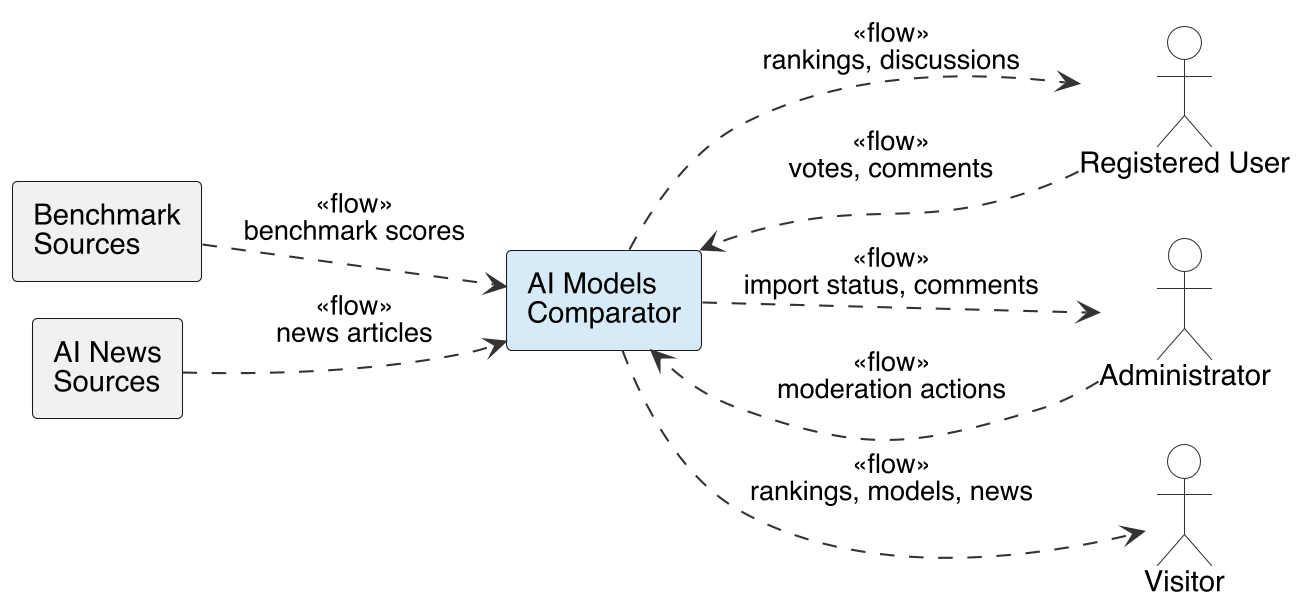
valgempp/Software-Engineering-Project keeps this PlantUML diagram as docs/BRD/figures/information-flow.png. Above is the earlier version. Its source is kept beside it as docs/BRD/figures/information-flow.puml.
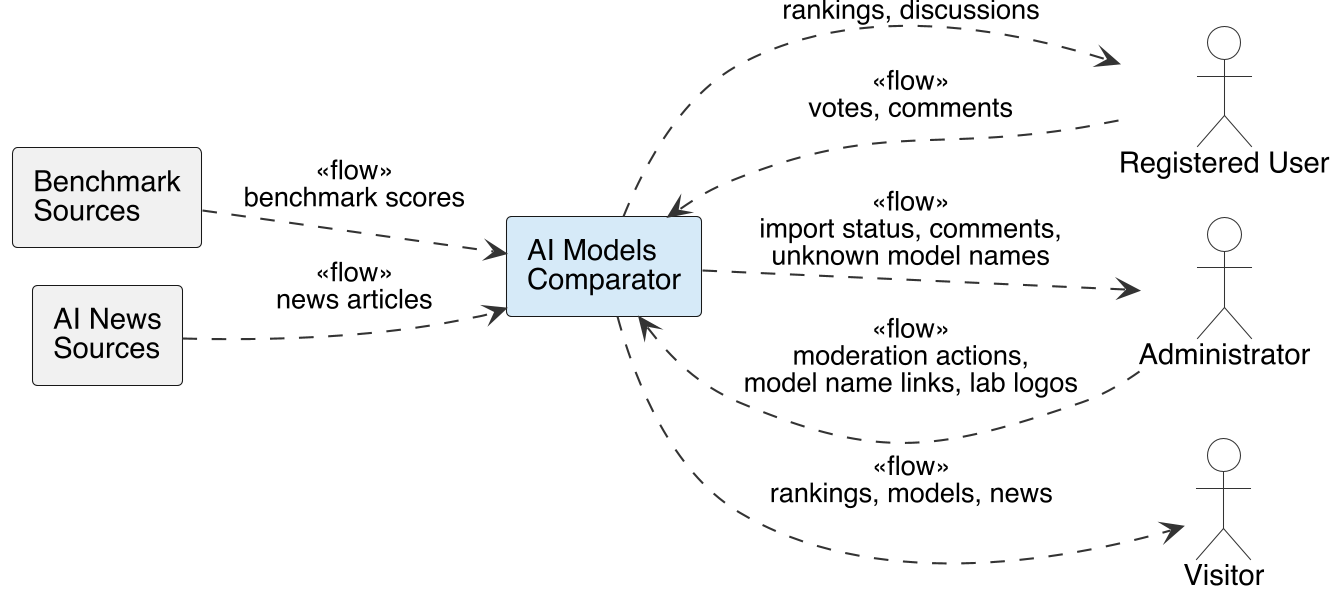
Above is the later version.

The edit, as a diff of the source:
```diff
@@ -13,6 +13,6 @@
 App ..> Visitor : <<flow>>\nrankings, models, news
 User ..> App : <<flow>>\nvotes, comments
 App ..> User : <<flow>>\nrankings, discussions
-Admin ..> App : <<flow>>\nmoderation actions
-App ..> Admin : <<flow>>\nimport status, comments
+Admin ..> App : <<flow>>\nmoderation actions,\nmodel name links, lab logos
+App ..> Admin : <<flow>>\nimport status, comments,\nunknown model names
 @enduml
```
